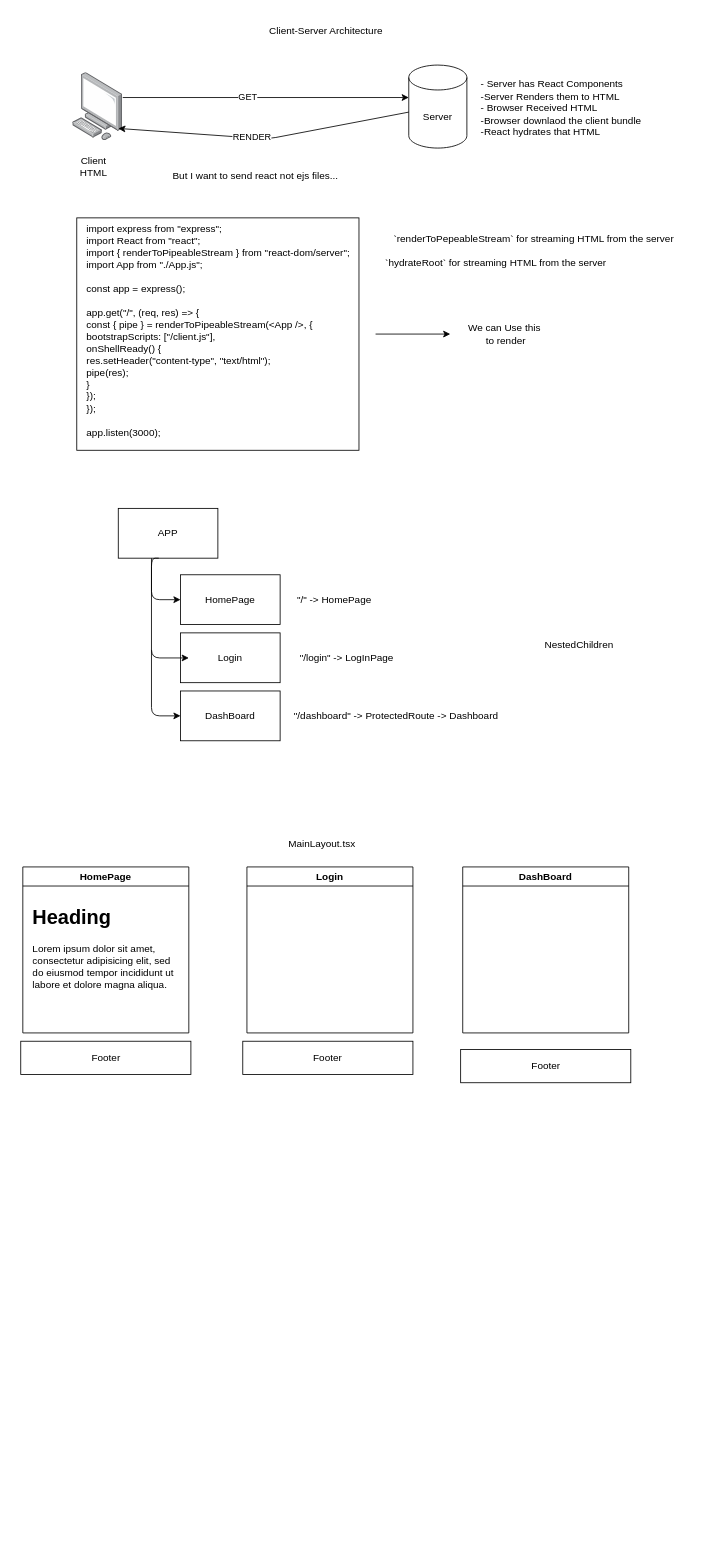
CyrusL06/TrackerGen- keeps this draw.io diagram as page "Routing" (1 of 6) of architecture.drawio. Above is the earlier version. Source tidied: cells renumbered, new cells numbered last; positions are measured from the earlier drawing's top-left corner, leaving out a move shared by most shapes. Both pictures are drawn from the tidied source at 83%, with x=0, y=0 at pixel (20, 18).
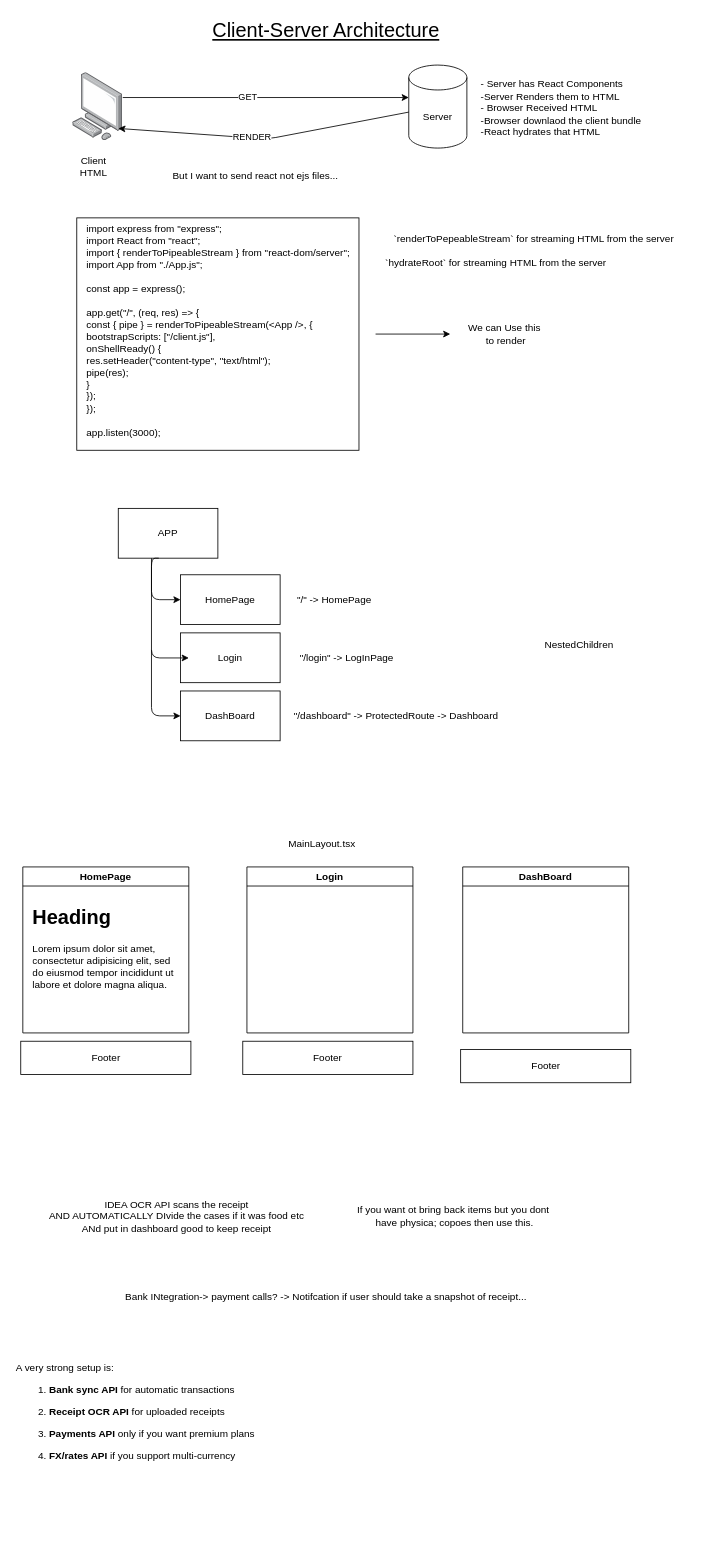
Above is the later version.

What changed in the source:
```diff
@@
-    <mxCell id="9" value="Client-Server Architecture" style="text;html=1;align=center;verticalAlign=middle;strokeColor=none;fillColor=none;" parent="1" vertex="1">
-      <mxGeometry x="288" width="160" height="30" as="geometry" />
+    <mxCell id="9" value="Client-Server Architecture" style="text;html=1;align=center;verticalAlign=middle;strokeColor=none;fillColor=none;fontSize=24;fontStyle=4;" parent="1" vertex="1">
+      <mxGeometry x="218" y="-5" width="300" height="40" as="geometry" />
     </mxCell>
@@
+    <mxCell id="41" value="IDEA OCR API scans the receipt&lt;div&gt;AND AUTOMATICALLY DIvide the cases if it was food etc&lt;/div&gt;&lt;div&gt;ANd put in dashboard good to keep receipt&lt;/div&gt;" style="text;html=1;align=center;verticalAlign=middle;strokeColor=none;fillColor=none;" parent="1" vertex="1">
+      <mxGeometry x="23" y="1413" width="330" height="60" as="geometry" />
+    </mxCell>
+    <mxCell id="42" value="If you want ot bring back items but you dont&amp;nbsp;&lt;div&gt;have physica; copoes then use this.&lt;/div&gt;" style="text;html=1;align=center;verticalAlign=middle;strokeColor=none;fillColor=none;" parent="1" vertex="1">
+      <mxGeometry x="393" y="1423" width="260" height="40" as="geometry" />
+    </mxCell>
+    <mxCell id="43" value="Bank INtegration-&amp;gt; payment calls? -&amp;gt; Notifcation if user should take a snapshot of receipt..." style="text;html=1;align=center;verticalAlign=middle;strokeColor=none;fillColor=none;" parent="1" vertex="1">
+      <mxGeometry x="113" y="1525" width="510" height="30" as="geometry" />
+    </mxCell>
+    <mxCell id="44" value="&lt;p&gt;A very strong setup is:&lt;/p&gt;&lt;ol&gt;&lt;li&gt;&lt;p&gt;&lt;strong&gt;Bank sync API&lt;/strong&gt; for automatic transactions&lt;/p&gt;&lt;/li&gt;&lt;li&gt;&lt;p&gt;&lt;strong&gt;Receipt OCR API&lt;/strong&gt; for uploaded receipts&lt;/p&gt;&lt;/li&gt;&lt;li&gt;&lt;p&gt;&lt;strong&gt;Payments API&lt;/strong&gt; only if you want premium plans&lt;/p&gt;&lt;/li&gt;&lt;li&gt;&lt;p&gt;&lt;strong&gt;FX/rates API&lt;/strong&gt; if you support multi-currency&lt;/p&gt;&lt;/li&gt;&lt;/ol&gt;" style="text;whiteSpace=wrap;html=1;" parent="1" vertex="1">
+      <mxGeometry x="-7" y="1600" width="320" height="230" as="geometry" />
+    </mxCell>
```
